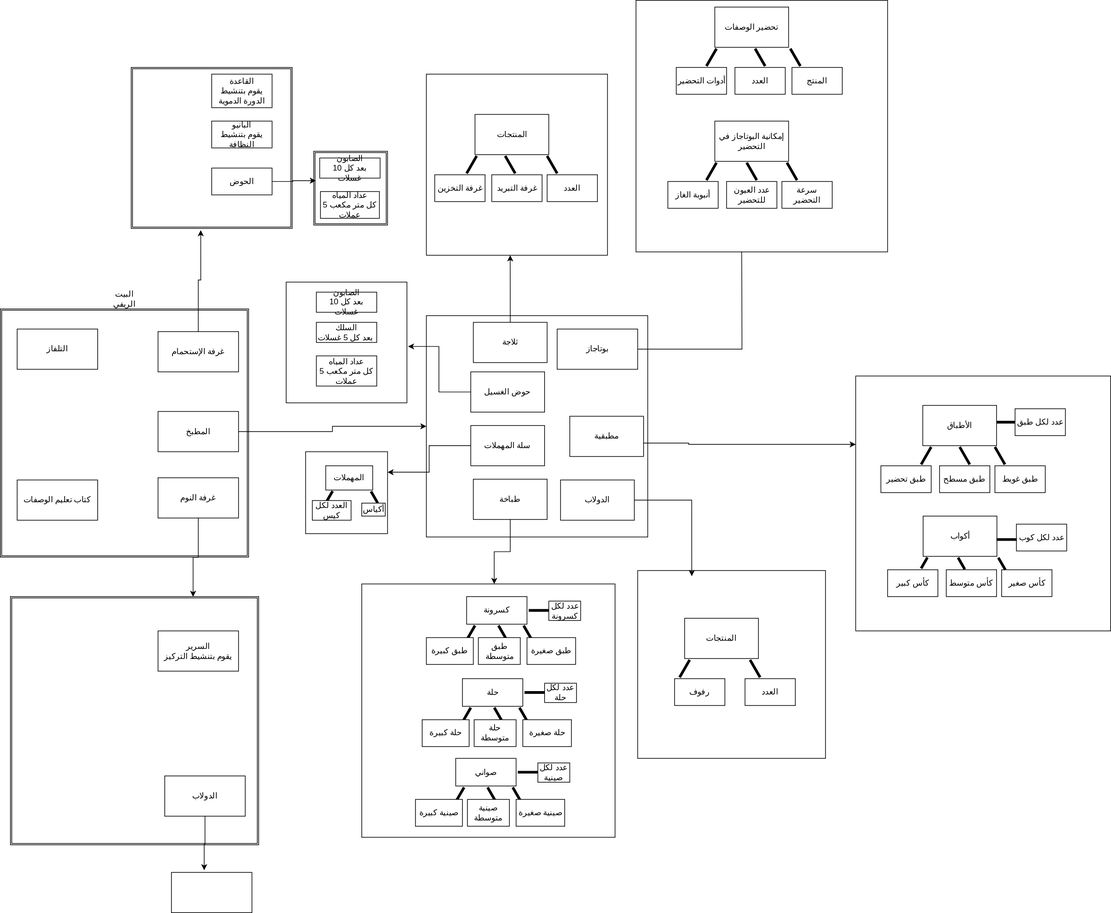
Above: بيت الريف.svg in mahmoud-y0usef/chefo-uml (draw.io), before the change. Source tidied: cells renumbered, new cells last; positions are measured from the earlier drawing's top-left corner, leaving out a move shared by most shapes.
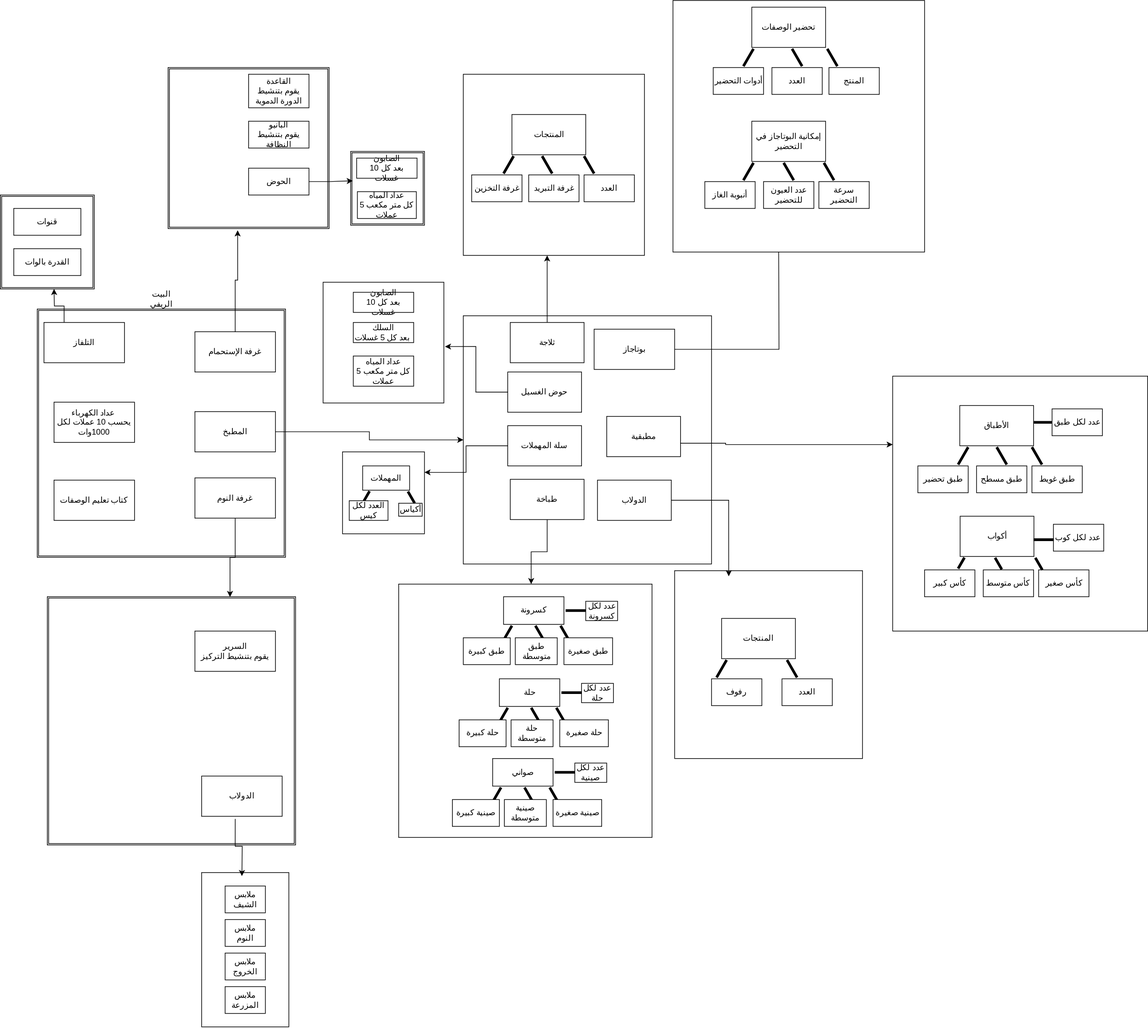
The same diagram one commit later.

The edit, as a diff of the source:
```diff
@@ -11,8 +11,13 @@
     <mxCell id="4" value="غرفة الإستحمام" style="rounded=0;whiteSpace=wrap;html=1;labelBackgroundColor=none;" parent="1" vertex="1">
       <mxGeometry x="235" y="493.8" width="120" height="60" as="geometry" />
     </mxCell>
+    <mxCell id="129" style="edgeStyle=orthogonalEdgeStyle;rounded=0;jettySize=auto;html=1;exitX=0.25;exitY=0;exitDx=0;exitDy=0;" parent="1" edge="1" source="5">
+      <mxGeometry relative="1" as="geometry">
+        <mxPoint x="25" y="430" as="targetPoint" />
+      </mxGeometry>
+    </mxCell>
     <mxCell id="5" value="التلفاز" style="rounded=0;whiteSpace=wrap;html=1;labelBackgroundColor=none;" parent="1" vertex="1">
-      <mxGeometry x="25" y="490" width="120" height="60" as="geometry" />
+      <mxGeometry x="10" y="480" width="120" height="60" as="geometry" />
     </mxCell>
     <mxCell id="6" style="edgeStyle=orthogonalEdgeStyle;rounded=0;jettySize=auto;html=1;exitX=1;exitY=0.5;exitDx=0;exitDy=0;entryX=0;entryY=0.5;entryDx=0;entryDy=0;labelBackgroundColor=none;fontColor=default;" parent="1" edge="1" source="7" target="10">
       <mxGeometry relative="1" as="geometry" />
@@ -27,7 +32,7 @@
       <mxGeometry relative="1" as="geometry" />
     </mxCell>
     <mxCell id="10" style="whiteSpace=wrap;html=1;labelBackgroundColor=none;" parent="1" vertex="1">
-      <mxGeometry x="635" y="470" width="330" height="330" as="geometry" />
+      <mxGeometry x="635" y="470" width="370" height="370" as="geometry" />
     </mxCell>
     <mxCell id="11" style="edgeStyle=orthogonalEdgeStyle;rounded=0;jettySize=auto;html=1;exitX=1;exitY=0.5;exitDx=0;exitDy=0;labelBackgroundColor=none;fontColor=default;" parent="1" edge="1" source="12">
       <mxGeometry relative="1" as="geometry">
@@ -392,10 +397,36 @@
       <mxGeometry x="245" y="1156.2" width="120" height="60" as="geometry" />
     </mxCell>
     <mxCell id="127" style="rounded=0;whiteSpace=wrap;html=1;labelBackgroundColor=none;" parent="1" vertex="1">
-      <mxGeometry x="255" y="1300" width="120" height="60" as="geometry" />
+      <mxGeometry x="245" y="1300" width="130" height="230" as="geometry" />
     </mxCell>
-    <mxCell id="128" style="edgeStyle=orthogonalEdgeStyle;rounded=0;jettySize=auto;html=1;exitX=0.5;exitY=1;exitDx=0;exitDy=0;entryX=0.407;entryY=-0.054;entryDx=0;entryDy=0;entryPerimeter=0;" parent="1" edge="1" source="126" target="127">
-      <mxGeometry relative="1" as="geometry" />
+    <mxCell id="128" style="edgeStyle=orthogonalEdgeStyle;rounded=0;jettySize=auto;html=1;exitX=0.417;exitY=1.064;exitDx=0;exitDy=0;entryX=0.407;entryY=-0.054;entryDx=0;entryDy=0;entryPerimeter=0;exitPerimeter=0;" parent="1" edge="1" source="126">
+      <mxGeometry relative="1" as="geometry">
+        <mxPoint x="305" y="1305.3" as="targetPoint" />
+      </mxGeometry>
     </mxCell>
+    <mxCell id="130" value="ملابس الشيف" style="rounded=0;whiteSpace=wrap;html=1;labelBackgroundColor=none;" parent="1" vertex="1">
+      <mxGeometry x="280" y="1320" width="60" height="40" as="geometry" />
+    </mxCell>
+    <mxCell id="131" value="ملابس النوم" style="rounded=0;whiteSpace=wrap;html=1;labelBackgroundColor=none;" parent="1" vertex="1">
+      <mxGeometry x="280" y="1370" width="60" height="40" as="geometry" />
+    </mxCell>
+    <mxCell id="132" value="ملابس الخروج" style="rounded=0;whiteSpace=wrap;html=1;labelBackgroundColor=none;" parent="1" vertex="1">
+      <mxGeometry x="280" y="1420" width="60" height="40" as="geometry" />
+    </mxCell>
+    <mxCell id="133" value="ملابس المزرعة" style="rounded=0;whiteSpace=wrap;html=1;labelBackgroundColor=none;" parent="1" vertex="1">
+      <mxGeometry x="280" y="1470" width="60" height="40" as="geometry" />
+    </mxCell>
+    <mxCell id="134" value="عداد الكهرباء&amp;nbsp;&lt;br&gt;يحسب 10 عملات لكل 1000وات" style="rounded=0;whiteSpace=wrap;html=1;labelBackgroundColor=none;" parent="1" vertex="1">
+      <mxGeometry x="25" y="598.8" width="120" height="60" as="geometry" />
+    </mxCell>
+    <mxCell id="135" style="shape=ext;double=1;whiteSpace=wrap;html=1;labelBackgroundColor=none;" parent="1" vertex="1">
+      <mxGeometry x="-55" y="290" width="140" height="140" as="geometry" />
+    </mxCell>
+    <mxCell id="136" value="قنوات" style="rounded=0;whiteSpace=wrap;html=1;labelBackgroundColor=none;" parent="1" vertex="1">
+      <mxGeometry x="-35" y="310" width="100" height="40" as="geometry" />
+    </mxCell>
+    <mxCell id="137" value="القدرة بالوات" style="rounded=0;whiteSpace=wrap;html=1;labelBackgroundColor=none;" parent="1" vertex="1">
+      <mxGeometry x="-35" y="370" width="100" height="40" as="geometry" />
+    </mxCell>
   </root>
 </mxGraphModel>
```
